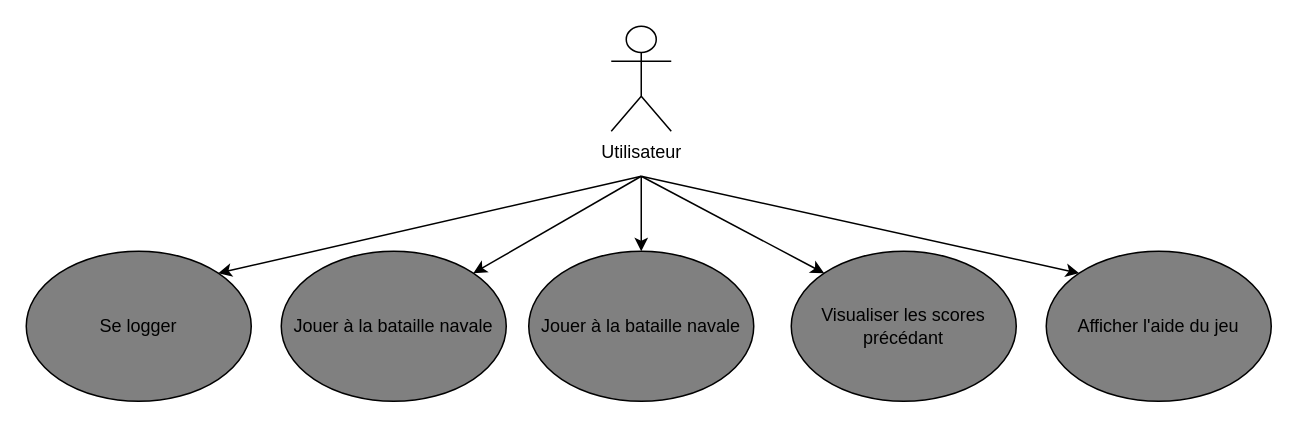
Above: Documentation/Annexe/UsesCases_Scénario/Uses_Cases_Bataille-navale.drawio in AntoineRoulinCPNV/BatailleNavale (draw.io), before the change. Source tidied: cells renumbered, new cells numbered last; positions are measured from the earlier drawing's top-left corner, leaving out a move shared by most shapes. Both pictures are drawn from the tidied source at 150%, with x=0, y=0 at pixel (26, 26).
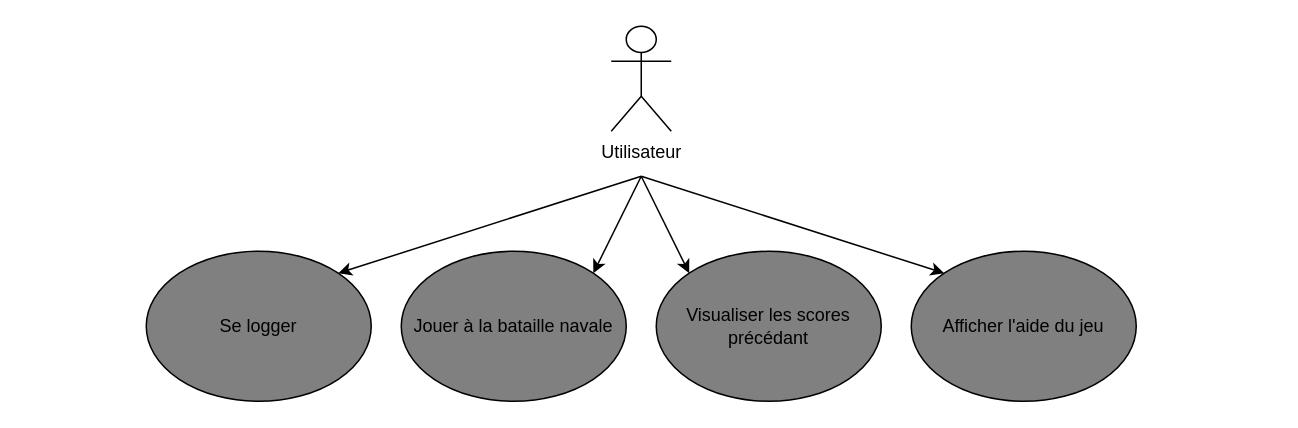
Above is the later version.

The edit, as a diff of the source:
```diff
@@
 <mxGraphModel>
   <root>
     <mxCell id="0" />
     <mxCell id="1" parent="0" />
     <mxCell id="2" value="Utilisateur" style="shape=umlActor;verticalLabelPosition=bottom;labelBackgroundColor=#ffffff;verticalAlign=top;html=1;" parent="1" vertex="1">
       <mxGeometry x="390" width="40" height="70" as="geometry" />
     </mxCell>
     <mxCell id="3" value="Se logger" style="ellipse;whiteSpace=wrap;html=1;fillColor=#808080;" parent="1" vertex="1">
-      <mxGeometry y="150" width="150" height="100" as="geometry" />
+      <mxGeometry x="80" y="150" width="150" height="100" as="geometry" />
     </mxCell>
     <mxCell id="4" value="Jouer à la bataille navale" style="ellipse;whiteSpace=wrap;html=1;fillColor=#808080;" parent="1" vertex="1">
-      <mxGeometry x="170" y="150" width="150" height="100" as="geometry" />
+      <mxGeometry x="250" y="150" width="150" height="100" as="geometry" />
     </mxCell>
     <mxCell id="5" value="Visualiser les scores précédant" style="ellipse;whiteSpace=wrap;html=1;fillColor=#808080;" parent="1" vertex="1">
-      <mxGeometry x="510" y="150" width="150" height="100" as="geometry" />
+      <mxGeometry x="420" y="150" width="150" height="100" as="geometry" />
     </mxCell>
     <mxCell id="6" style="endArrow=classic;html=1;entryX=0;entryY=0;entryDx=0;entryDy=0;" parent="1" edge="1" target="5">
       <mxGeometry relative="1" as="geometry">
         <mxPoint x="410" y="100" as="sourcePoint" />
       </mxGeometry>
     </mxCell>
     <mxCell id="7" style="endArrow=classic;html=1;entryX=1;entryY=0;entryDx=0;entryDy=0;" parent="1" edge="1" target="3">
       <mxGeometry relative="1" as="geometry">
         <mxPoint x="410" y="100" as="sourcePoint" />
       </mxGeometry>
     </mxCell>
     <mxCell id="8" style="endArrow=classic;html=1;entryX=1;entryY=0;entryDx=0;entryDy=0;" parent="1" edge="1" target="4">
       <mxGeometry relative="1" as="geometry">
         <mxPoint x="410" y="100" as="sourcePoint" />
       </mxGeometry>
     </mxCell>
     <mxCell id="9" value="Afficher l'aide du jeu" style="ellipse;whiteSpace=wrap;html=1;fillColor=#808080;" parent="1" vertex="1">
-      <mxGeometry x="680" y="150" width="150" height="100" as="geometry" />
+      <mxGeometry x="590" y="150" width="150" height="100" as="geometry" />
     </mxCell>
     <mxCell id="10" style="endArrow=classic;html=1;entryX=0;entryY=0;entryDx=0;entryDy=0;" parent="1" edge="1" target="9">
       <mxGeometry relative="1" as="geometry">
         <mxPoint x="410" y="100" as="sourcePoint" />
       </mxGeometry>
     </mxCell>
-    <mxCell id="11" value="Jouer à la bataille navale" style="ellipse;whiteSpace=wrap;html=1;fillColor=#808080;" parent="1" vertex="1">
-      <mxGeometry x="335" y="150" width="150" height="100" as="geometry" />
-    </mxCell>
-    <mxCell id="12" style="endArrow=classic;html=1;entryX=0.5;entryY=0;entryDx=0;entryDy=0;" parent="1" edge="1" target="11">
-      <mxGeometry relative="1" as="geometry">
-        <mxPoint x="410" y="100" as="sourcePoint" />
-      </mxGeometry>
-    </mxCell>
   </root>
 </mxGraphModel>
```
